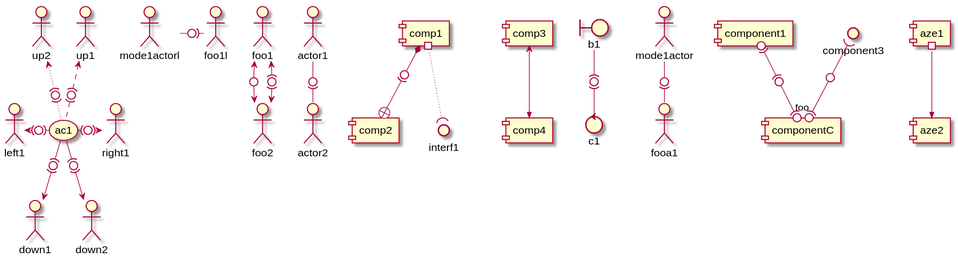
The PlantUML diagram res/test.svg in position-pal/position-pal.github.io, before a commit.
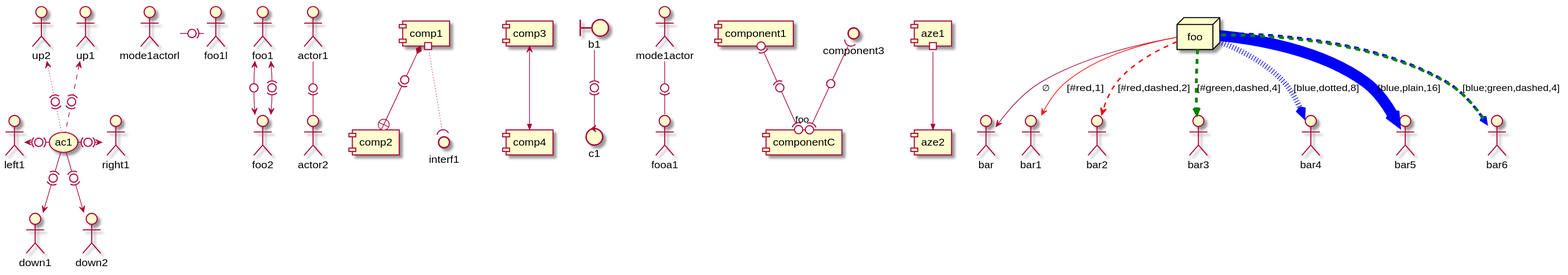
Later version of the same file.

Commit message:
Deploying to main from @ position-pal/Documentation@841c41c16bc483277dd5eb2a7362c74a274a2e82 🚀

What changed in the source:
```diff
@@ -33,4 +33,13 @@
 () component3 )-0-(0 "foo" [componentC]
 
 [aze1] #-->> [aze2]
+
+node foo
+foo --> bar                             : ∅
+foo -[#red,thickness=1]-> bar1          : [#red,1]
+foo -[#red,dashed,thickness=2]-> bar2   : [#red,dashed,2]
+foo -[#green,dashed,thickness=4]-> bar3 : [#green,dashed,4]
+foo -[#blue,dotted,thickness=8]-> bar4  : [blue,dotted,8]
+foo -[#blue,plain,thickness=16]-> bar5  : [blue,plain,16]
+foo -[#blue;#green,dashed,thickness=4]-> bar6  : [blue;green,dashed,4]
 @enduml
```
